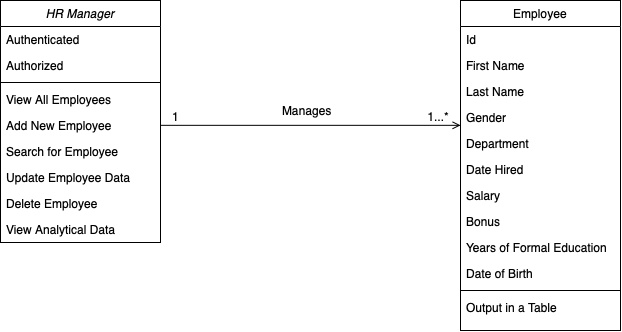
Above: Images/ClassDiagram.png in AlexNenartovich/Smart-form (draw.io), before the change. Source tidied: cells renumbered, new cells last; positions are measured from the earlier drawing's top-left corner, leaving out a move shared by most shapes.
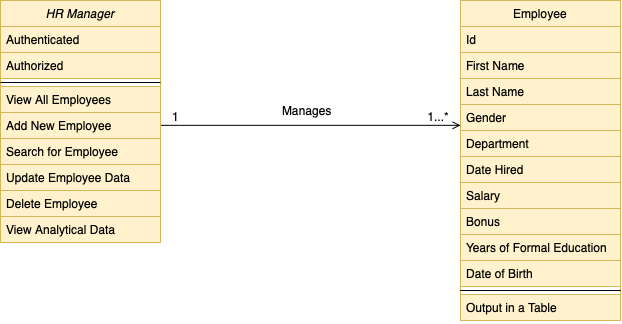
Later version of the same file.

Commit message:
Class diagram

Change to the diagram source:
```diff
@@ -21,73 +21,73 @@
     <mxCell id="5" value="Manages" style="text;html=1;strokeColor=none;fillColor=none;align=left;verticalAlign=middle;whiteSpace=wrap;rounded=0;" parent="1" vertex="1">
       <mxGeometry x="280" y="100" width="80" height="20" as="geometry" />
     </mxCell>
-    <mxCell id="6" value="Employee" style="swimlane;fontStyle=0;align=center;verticalAlign=top;horizontal=1;startSize=26;rounded=0;shadow=0;strokeWidth=1;" parent="1" vertex="1">
-      <mxGeometry x="460" width="160" height="330" as="geometry" />
+    <mxCell id="6" value="Employee" style="swimlane;fontStyle=0;align=center;verticalAlign=top;horizontal=1;startSize=26;rounded=0;shadow=0;strokeWidth=1;fillColor=#fff2cc;strokeColor=#d6b656;" parent="1" vertex="1">
+      <mxGeometry x="460" width="160" height="320" as="geometry" />
     </mxCell>
-    <mxCell id="7" value="Id" style="text;align=left;verticalAlign=top;spacingLeft=4;spacingRight=4;overflow=hidden;" parent="6" vertex="1">
+    <mxCell id="7" value="Id" style="text;align=left;verticalAlign=top;spacingLeft=4;spacingRight=4;overflow=hidden;fillColor=#fff2cc;strokeColor=#d6b656;" parent="6" vertex="1">
       <mxGeometry y="26" width="160" height="26" as="geometry" />
     </mxCell>
-    <mxCell id="8" value="First Name" style="text;align=left;verticalAlign=top;spacingLeft=4;spacingRight=4;overflow=hidden;rounded=0;shadow=0;html=0;" parent="6" vertex="1">
+    <mxCell id="8" value="First Name" style="text;align=left;verticalAlign=top;spacingLeft=4;spacingRight=4;overflow=hidden;rounded=0;shadow=0;html=0;fillColor=#fff2cc;strokeColor=#d6b656;" parent="6" vertex="1">
       <mxGeometry y="52" width="160" height="26" as="geometry" />
     </mxCell>
-    <mxCell id="9" value="Last Name" style="text;align=left;verticalAlign=top;spacingLeft=4;spacingRight=4;overflow=hidden;rounded=0;shadow=0;html=0;" parent="6" vertex="1">
+    <mxCell id="9" value="Last Name" style="text;align=left;verticalAlign=top;spacingLeft=4;spacingRight=4;overflow=hidden;rounded=0;shadow=0;html=0;fillColor=#fff2cc;strokeColor=#d6b656;" parent="6" vertex="1">
       <mxGeometry y="78" width="160" height="26" as="geometry" />
     </mxCell>
-    <mxCell id="10" value="Gender" style="text;align=left;verticalAlign=top;spacingLeft=4;spacingRight=4;overflow=hidden;rounded=0;shadow=0;html=0;" parent="6" vertex="1">
+    <mxCell id="10" value="Gender" style="text;align=left;verticalAlign=top;spacingLeft=4;spacingRight=4;overflow=hidden;rounded=0;shadow=0;html=0;fillColor=#fff2cc;strokeColor=#d6b656;" parent="6" vertex="1">
       <mxGeometry y="104" width="160" height="26" as="geometry" />
     </mxCell>
-    <mxCell id="11" value="Department" style="text;align=left;verticalAlign=top;spacingLeft=4;spacingRight=4;overflow=hidden;rounded=0;shadow=0;html=0;" parent="6" vertex="1">
+    <mxCell id="11" value="Department" style="text;align=left;verticalAlign=top;spacingLeft=4;spacingRight=4;overflow=hidden;rounded=0;shadow=0;html=0;fillColor=#fff2cc;strokeColor=#d6b656;" parent="6" vertex="1">
       <mxGeometry y="130" width="160" height="26" as="geometry" />
     </mxCell>
-    <mxCell id="12" value="Date Hired" style="text;align=left;verticalAlign=top;spacingLeft=4;spacingRight=4;overflow=hidden;rounded=0;shadow=0;html=0;" parent="6" vertex="1">
+    <mxCell id="12" value="Date Hired" style="text;align=left;verticalAlign=top;spacingLeft=4;spacingRight=4;overflow=hidden;rounded=0;shadow=0;html=0;fillColor=#fff2cc;strokeColor=#d6b656;" parent="6" vertex="1">
       <mxGeometry y="156" width="160" height="26" as="geometry" />
     </mxCell>
-    <mxCell id="13" value="Salary" style="text;align=left;verticalAlign=top;spacingLeft=4;spacingRight=4;overflow=hidden;" parent="6" vertex="1">
+    <mxCell id="13" value="Salary" style="text;align=left;verticalAlign=top;spacingLeft=4;spacingRight=4;overflow=hidden;fillColor=#fff2cc;strokeColor=#d6b656;" parent="6" vertex="1">
       <mxGeometry y="182" width="160" height="26" as="geometry" />
     </mxCell>
-    <mxCell id="14" value="Bonus" style="text;align=left;verticalAlign=top;spacingLeft=4;spacingRight=4;overflow=hidden;" parent="6" vertex="1">
+    <mxCell id="14" value="Bonus" style="text;align=left;verticalAlign=top;spacingLeft=4;spacingRight=4;overflow=hidden;fillColor=#fff2cc;strokeColor=#d6b656;" parent="6" vertex="1">
       <mxGeometry y="208" width="160" height="26" as="geometry" />
     </mxCell>
-    <mxCell id="15" value="Years of Formal Education" style="text;align=left;verticalAlign=top;spacingLeft=4;spacingRight=4;overflow=hidden;" parent="6" vertex="1">
+    <mxCell id="15" value="Years of Formal Education" style="text;align=left;verticalAlign=top;spacingLeft=4;spacingRight=4;overflow=hidden;fillColor=#fff2cc;strokeColor=#d6b656;" parent="6" vertex="1">
       <mxGeometry y="234" width="160" height="26" as="geometry" />
     </mxCell>
-    <mxCell id="16" value="Date of Birth" style="text;align=left;verticalAlign=top;spacingLeft=4;spacingRight=4;overflow=hidden;" parent="6" vertex="1">
+    <mxCell id="16" value="Date of Birth" style="text;align=left;verticalAlign=top;spacingLeft=4;spacingRight=4;overflow=hidden;fillColor=#fff2cc;strokeColor=#d6b656;" parent="6" vertex="1">
       <mxGeometry y="260" width="160" height="26" as="geometry" />
     </mxCell>
     <mxCell id="17" style="line;html=1;strokeWidth=1;align=left;verticalAlign=middle;spacingTop=-1;spacingLeft=3;spacingRight=3;labelPosition=right;" parent="6" vertex="1">
       <mxGeometry y="286" width="160" height="8" as="geometry" />
     </mxCell>
-    <mxCell id="18" value="Output in a Table" style="text;align=left;verticalAlign=top;spacingLeft=4;spacingRight=4;overflow=hidden;" parent="6" vertex="1">
+    <mxCell id="18" value="Output in a Table" style="text;align=left;verticalAlign=top;spacingLeft=4;spacingRight=4;overflow=hidden;fillColor=#fff2cc;strokeColor=#d6b656;" parent="6" vertex="1">
       <mxGeometry y="294" width="160" height="26" as="geometry" />
     </mxCell>
-    <mxCell id="19" value="HR Manager" style="swimlane;fontStyle=2;align=center;verticalAlign=top;horizontal=1;startSize=26;rounded=0;shadow=0;strokeWidth=1;" parent="1" vertex="1">
+    <mxCell id="19" value="HR Manager" style="swimlane;fontStyle=2;align=center;verticalAlign=top;horizontal=1;startSize=26;rounded=0;shadow=0;strokeWidth=1;fillColor=#fff2cc;strokeColor=#d6b656;" parent="1" vertex="1">
       <mxGeometry width="160" height="242" as="geometry" />
     </mxCell>
-    <mxCell id="20" value="Authenticated" style="text;align=left;verticalAlign=top;spacingLeft=4;spacingRight=4;overflow=hidden;" parent="19" vertex="1">
+    <mxCell id="20" value="Authenticated" style="text;align=left;verticalAlign=top;spacingLeft=4;spacingRight=4;overflow=hidden;fillColor=#fff2cc;strokeColor=#d6b656;" parent="19" vertex="1">
       <mxGeometry y="26" width="160" height="26" as="geometry" />
     </mxCell>
-    <mxCell id="21" value="Authorized" style="text;align=left;verticalAlign=top;spacingLeft=4;spacingRight=4;overflow=hidden;rounded=0;shadow=0;html=0;" parent="19" vertex="1">
+    <mxCell id="21" value="Authorized" style="text;align=left;verticalAlign=top;spacingLeft=4;spacingRight=4;overflow=hidden;rounded=0;shadow=0;html=0;fillColor=#fff2cc;strokeColor=#d6b656;" parent="19" vertex="1">
       <mxGeometry y="52" width="160" height="26" as="geometry" />
     </mxCell>
     <mxCell id="22" style="line;html=1;strokeWidth=1;align=left;verticalAlign=middle;spacingTop=-1;spacingLeft=3;spacingRight=3;labelPosition=right;" parent="19" vertex="1">
       <mxGeometry y="78" width="160" height="8" as="geometry" />
     </mxCell>
-    <mxCell id="23" value="View All Employees" style="text;align=left;verticalAlign=top;spacingLeft=4;spacingRight=4;overflow=hidden;" parent="19" vertex="1">
+    <mxCell id="23" value="View All Employees" style="text;align=left;verticalAlign=top;spacingLeft=4;spacingRight=4;overflow=hidden;fillColor=#fff2cc;strokeColor=#d6b656;" parent="19" vertex="1">
       <mxGeometry y="86" width="160" height="26" as="geometry" />
     </mxCell>
-    <mxCell id="24" value="Add New Employee" style="text;align=left;verticalAlign=top;spacingLeft=4;spacingRight=4;overflow=hidden;" parent="19" vertex="1">
+    <mxCell id="24" value="Add New Employee" style="text;align=left;verticalAlign=top;spacingLeft=4;spacingRight=4;overflow=hidden;fillColor=#fff2cc;strokeColor=#d6b656;" parent="19" vertex="1">
       <mxGeometry y="112" width="160" height="26" as="geometry" />
     </mxCell>
-    <mxCell id="25" value="Search for Employee" style="text;align=left;verticalAlign=top;spacingLeft=4;spacingRight=4;overflow=hidden;" parent="19" vertex="1">
+    <mxCell id="25" value="Search for Employee" style="text;align=left;verticalAlign=top;spacingLeft=4;spacingRight=4;overflow=hidden;fillColor=#fff2cc;strokeColor=#d6b656;" parent="19" vertex="1">
       <mxGeometry y="138" width="160" height="26" as="geometry" />
     </mxCell>
-    <mxCell id="26" value="Update Employee Data" style="text;align=left;verticalAlign=top;spacingLeft=4;spacingRight=4;overflow=hidden;" parent="19" vertex="1">
+    <mxCell id="26" value="Update Employee Data" style="text;align=left;verticalAlign=top;spacingLeft=4;spacingRight=4;overflow=hidden;fillColor=#fff2cc;strokeColor=#d6b656;" parent="19" vertex="1">
       <mxGeometry y="164" width="160" height="26" as="geometry" />
     </mxCell>
-    <mxCell id="27" value="Delete Employee" style="text;align=left;verticalAlign=top;spacingLeft=4;spacingRight=4;overflow=hidden;" parent="19" vertex="1">
+    <mxCell id="27" value="Delete Employee" style="text;align=left;verticalAlign=top;spacingLeft=4;spacingRight=4;overflow=hidden;fillColor=#fff2cc;strokeColor=#d6b656;" parent="19" vertex="1">
       <mxGeometry y="190" width="160" height="26" as="geometry" />
     </mxCell>
-    <mxCell id="28" value="View Analytical Data" style="text;align=left;verticalAlign=top;spacingLeft=4;spacingRight=4;overflow=hidden;" parent="19" vertex="1">
+    <mxCell id="28" value="View Analytical Data" style="text;align=left;verticalAlign=top;spacingLeft=4;spacingRight=4;overflow=hidden;fillColor=#fff2cc;strokeColor=#d6b656;" parent="19" vertex="1">
       <mxGeometry y="216" width="160" height="26" as="geometry" />
     </mxCell>
   </root>
```
